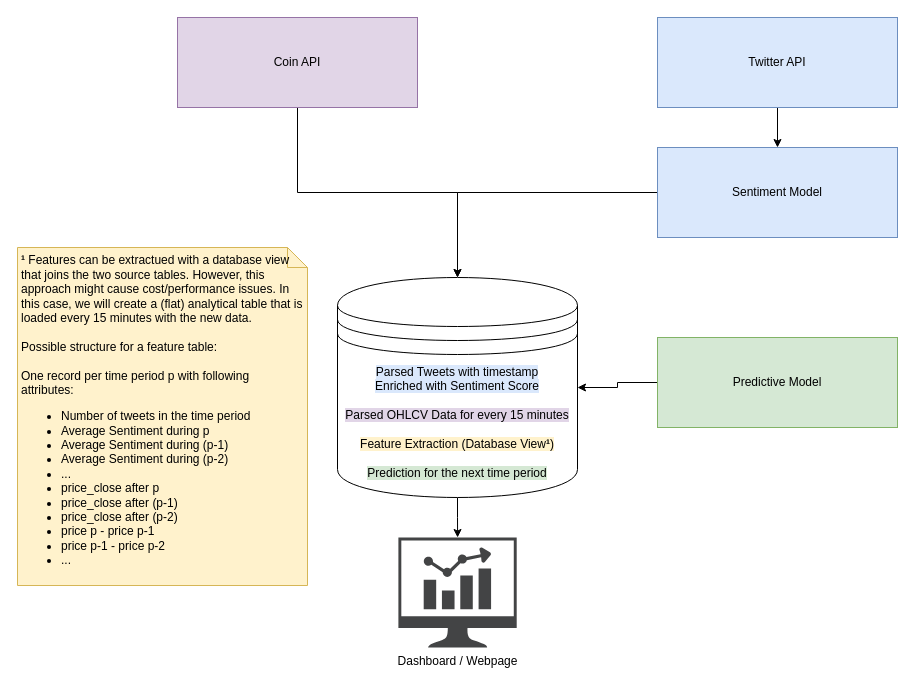
This is page "Overview" (2 of 5) of documentation/DataFlow.drawio from ptgrigorov27/TheMask, a draw.io file, before an edit. Source tidied: cells renumbered, new cells numbered last; positions are measured from the earlier drawing's top-left corner, leaving out a move shared by most shapes. Both pictures are drawn from the tidied source at 100%, with x=0, y=0 at pixel (17, 17). Pictures stored in the file or linked from it are replaced by grey dashed boxes.
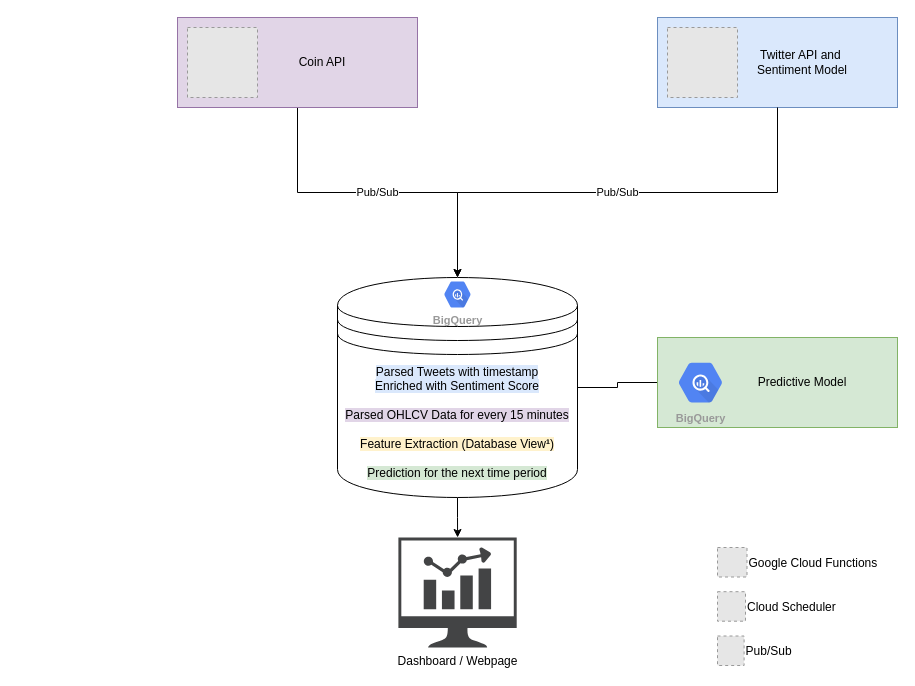
After the change.

What changed in the source:
```diff
@@
 <mxGraphModel>
   <root>
     <mxCell id="0" />
     <mxCell id="1" parent="0" />
     <mxCell id="2" style="edgeStyle=orthogonalEdgeStyle;rounded=0;jettySize=auto;html=1;exitX=0.5;exitY=1;exitDx=0;exitDy=0;fontColor=#000000;" parent="1" edge="1" source="3" target="12">
       <mxGeometry relative="1" as="geometry" />
     </mxCell>
     <mxCell id="3" value="&lt;span style=&quot;background-color: rgb(218 , 232 , 252)&quot;&gt;Parsed Tweets with timestamp&lt;br&gt;Enriched with Sentiment Score&lt;/span&gt;&lt;br&gt;&lt;br&gt;&lt;span style=&quot;background-color: rgb(225 , 213 , 231)&quot;&gt;Parsed OHLCV Data for every 15 minutes&lt;br&gt;&lt;/span&gt;&lt;br&gt;&lt;font style=&quot;background-color: rgb(255 , 242 , 204)&quot;&gt;Feature Extraction (Database View&lt;b&gt;¹&lt;/b&gt;)&lt;br&gt;&lt;/font&gt;&lt;br&gt;&lt;span style=&quot;background-color: rgb(213 , 232 , 212)&quot;&gt;Prediction for the next time period&lt;/span&gt;" style="shape=datastore;whiteSpace=wrap;html=1;" parent="1" vertex="1">
       <mxGeometry x="320" y="260" width="240" height="220" as="geometry" />
     </mxCell>
-    <mxCell id="4" style="edgeStyle=orthogonalEdgeStyle;rounded=0;jettySize=auto;html=1;exitX=0.5;exitY=1;exitDx=0;exitDy=0;entryX=0.5;entryY=0;entryDx=0;entryDy=0;fontColor=#000000;" parent="1" edge="1" source="5" target="3">
+    <mxCell id="4" value="Pub/Sub" style="edgeStyle=orthogonalEdgeStyle;rounded=0;jettySize=auto;html=1;exitX=0.5;exitY=1;exitDx=0;exitDy=0;entryX=0.5;entryY=0;entryDx=0;entryDy=0;fontColor=#000000;" parent="1" edge="1" source="5" target="3">
       <mxGeometry relative="1" as="geometry" />
     </mxCell>
-    <mxCell id="5" value="Coin API" style="rounded=0;whiteSpace=wrap;html=1;fillColor=#e1d5e7;strokeColor=#9673a6;" parent="1" vertex="1">
+    <mxCell id="5" value="Coin API" style="rounded=0;whiteSpace=wrap;html=1;fillColor=#e1d5e7;strokeColor=#9673a6;spacingLeft=50;" parent="1" vertex="1">
       <mxGeometry x="160" width="240" height="90" as="geometry" />
     </mxCell>
-    <mxCell id="6" style="edgeStyle=orthogonalEdgeStyle;rounded=0;jettySize=auto;html=1;exitX=0.5;exitY=1;exitDx=0;exitDy=0;" parent="1" edge="1" source="7" target="9">
-      <mxGeometry relative="1" as="geometry" />
-    </mxCell>
-    <mxCell id="7" value="Twitter API" style="rounded=0;whiteSpace=wrap;html=1;fillColor=#dae8fc;strokeColor=#6c8ebf;" parent="1" vertex="1">
+    <mxCell id="7" value="Twitter API and&amp;nbsp;&lt;br&gt;Sentiment Model" style="rounded=0;whiteSpace=wrap;html=1;fillColor=#dae8fc;strokeColor=#6c8ebf;spacingLeft=50;" parent="1" vertex="1">
       <mxGeometry x="640" width="240" height="90" as="geometry" />
     </mxCell>
-    <mxCell id="8" style="edgeStyle=orthogonalEdgeStyle;rounded=0;jettySize=auto;html=1;exitX=0;exitY=0.5;exitDx=0;exitDy=0;fontColor=#000000;" parent="1" edge="1" source="9" target="3">
+    <mxCell id="8" value="Pub/Sub" style="edgeStyle=orthogonalEdgeStyle;rounded=0;jettySize=auto;html=1;exitX=0.5;exitY=1;exitDx=0;exitDy=0;fontColor=#000000;" parent="1" edge="1" source="7" target="3">
       <mxGeometry relative="1" as="geometry" />
     </mxCell>
-    <mxCell id="9" value="Sentiment Model" style="rounded=0;whiteSpace=wrap;html=1;fillColor=#dae8fc;strokeColor=#6c8ebf;" parent="1" vertex="1">
-      <mxGeometry x="640" y="130" width="240" height="90" as="geometry" />
-    </mxCell>
-    <mxCell id="10" style="edgeStyle=orthogonalEdgeStyle;rounded=0;jettySize=auto;html=1;exitX=0;exitY=0.5;exitDx=0;exitDy=0;" parent="1" edge="1" source="11" target="3">
+    <mxCell id="10" style="edgeStyle=orthogonalEdgeStyle;rounded=0;jettySize=auto;html=1;exitX=0;exitY=0.5;exitDx=0;exitDy=0;endArrow=none;endFill=0;" parent="1" edge="1" source="11" target="3">
       <mxGeometry relative="1" as="geometry" />
     </mxCell>
-    <mxCell id="11" value="Predictive Model" style="rounded=0;whiteSpace=wrap;html=1;fillColor=#d5e8d4;strokeColor=#82b366;" parent="1" vertex="1">
+    <mxCell id="11" value="Predictive Model" style="rounded=0;whiteSpace=wrap;html=1;fillColor=#d5e8d4;strokeColor=#82b366;spacingLeft=50;" parent="1" vertex="1">
       <mxGeometry x="640" y="320" width="240" height="90" as="geometry" />
     </mxCell>
     <mxCell id="12" value="Dashboard / Webpage" style="sketch=0;shadow=0;dashed=0;html=1;strokeColor=none;fillColor=#434445;labelPosition=center;verticalLabelPosition=bottom;verticalAlign=top;align=center;outlineConnect=0;shape=mxgraph.vvd.nsx_dashboard;labelBackgroundColor=#FFFFFF;fontColor=#000000;" parent="1" vertex="1">
       <mxGeometry x="380.9" y="520" width="118.3" height="110" as="geometry" />
     </mxCell>
-    <mxCell id="13" value="&lt;b&gt;¹&lt;/b&gt;&amp;nbsp;Features can be extractued with a database view that joins the two source tables. However, this approach might cause cost/performance issues. In this case, we will create a (flat) analytical table that is loaded every 15 minutes with the new data.&amp;nbsp;&lt;br&gt;&lt;br&gt;Possible structure for a feature table:&amp;nbsp;&lt;br&gt;&lt;br&gt;One record per time period p with following attributes:&lt;br&gt;&lt;ul&gt;&lt;li&gt;Number of tweets in the time period&amp;nbsp;&lt;/li&gt;&lt;li&gt;Average Sentiment during p&lt;/li&gt;&lt;li&gt;Average Sentiment during (p-1)&lt;/li&gt;&lt;li&gt;Average Sentiment during (p-2)&lt;/li&gt;&lt;li&gt;...&lt;/li&gt;&lt;li&gt;price_close after p&lt;/li&gt;&lt;li&gt;price_close after (p-1)&lt;/li&gt;&lt;li&gt;price_close after (p-2)&lt;/li&gt;&lt;li&gt;price p - price p-1&lt;/li&gt;&lt;li&gt;price p-1 - price p-2&lt;/li&gt;&lt;li&gt;...&lt;/li&gt;&lt;/ul&gt;" style="shape=note;size=20;whiteSpace=wrap;html=1;align=left;fillColor=#fff2cc;strokeColor=#d6b656;sketch=0;spacingTop=2;spacingLeft=2;spacingBottom=2;spacingRight=2;" parent="1" vertex="1">
-      <mxGeometry y="230" width="290" height="338" as="geometry" />
-    </mxCell>
+    <mxCell id="14" style="fillColor=#E6E6E6;strokeColor=#999999;dashed=1;verticalLabelPosition=middle;labelBackgroundColor=#ffffff;verticalAlign=middle;align=left;labelPosition=right;" parent="1" vertex="1">
+      <mxGeometry x="650" y="10" width="70" height="70" as="geometry" />
+    </mxCell>
+    <mxCell id="15" style="fillColor=#E6E6E6;strokeColor=#999999;dashed=1;verticalLabelPosition=middle;labelBackgroundColor=#ffffff;verticalAlign=middle;align=left;labelPosition=right;" parent="1" vertex="1">
+      <mxGeometry x="170" y="10" width="70" height="70" as="geometry" />
+    </mxCell>
+    <mxCell id="16" value="BigQuery" style="sketch=0;html=1;fillColor=#5184F3;strokeColor=none;verticalAlign=top;labelPosition=center;verticalLabelPosition=bottom;align=center;spacingTop=-6;fontSize=11;fontStyle=1;fontColor=#999999;shape=mxgraph.gcp2.hexIcon;prIcon=bigquery;" parent="1" vertex="1">
+      <mxGeometry x="420" y="258" width="40" height="38" as="geometry" />
+    </mxCell>
+    <mxCell id="17" value="BigQuery" style="sketch=0;html=1;fillColor=#5184F3;strokeColor=none;verticalAlign=top;labelPosition=center;verticalLabelPosition=bottom;align=center;spacingTop=-6;fontSize=11;fontStyle=1;fontColor=#999999;shape=mxgraph.gcp2.hexIcon;prIcon=bigquery;" parent="1" vertex="1">
+      <mxGeometry x="650" y="335.8" width="66" height="58.5" as="geometry" />
+    </mxCell>
+    <mxCell id="18" style="group;" parent="1" vertex="1">
+      <mxGeometry x="700" y="530" width="50" height="118" as="geometry" />
+    </mxCell>
+    <mxCell id="19" value="Google Cloud Functions" style="fillColor=#E6E6E6;strokeColor=#999999;dashed=1;verticalLabelPosition=middle;labelBackgroundColor=#ffffff;verticalAlign=middle;align=left;labelPosition=right;" parent="18" vertex="1">
+      <mxGeometry width="29.5" height="29.5" as="geometry" />
+    </mxCell>
+    <mxCell id="20" value="Cloud Scheduler" style="fillColor=#E6E6E6;strokeColor=#999999;dashed=1;verticalLabelPosition=middle;labelBackgroundColor=#ffffff;verticalAlign=middle;labelPosition=right;align=left;" parent="18" vertex="1">
+      <mxGeometry y="44.2" width="28" height="29.5" as="geometry" />
+    </mxCell>
+    <mxCell id="21" value="Pub/Sub" style="fillColor=#E6E6E6;strokeColor=#999999;dashed=1;verticalLabelPosition=middle;labelBackgroundColor=#ffffff;verticalAlign=middle;labelPosition=right;align=left;" parent="18" vertex="1">
+      <mxGeometry y="88.5" width="26.6" height="29.5" as="geometry" />
+    </mxCell>
   </root>
 </mxGraphModel>
```
